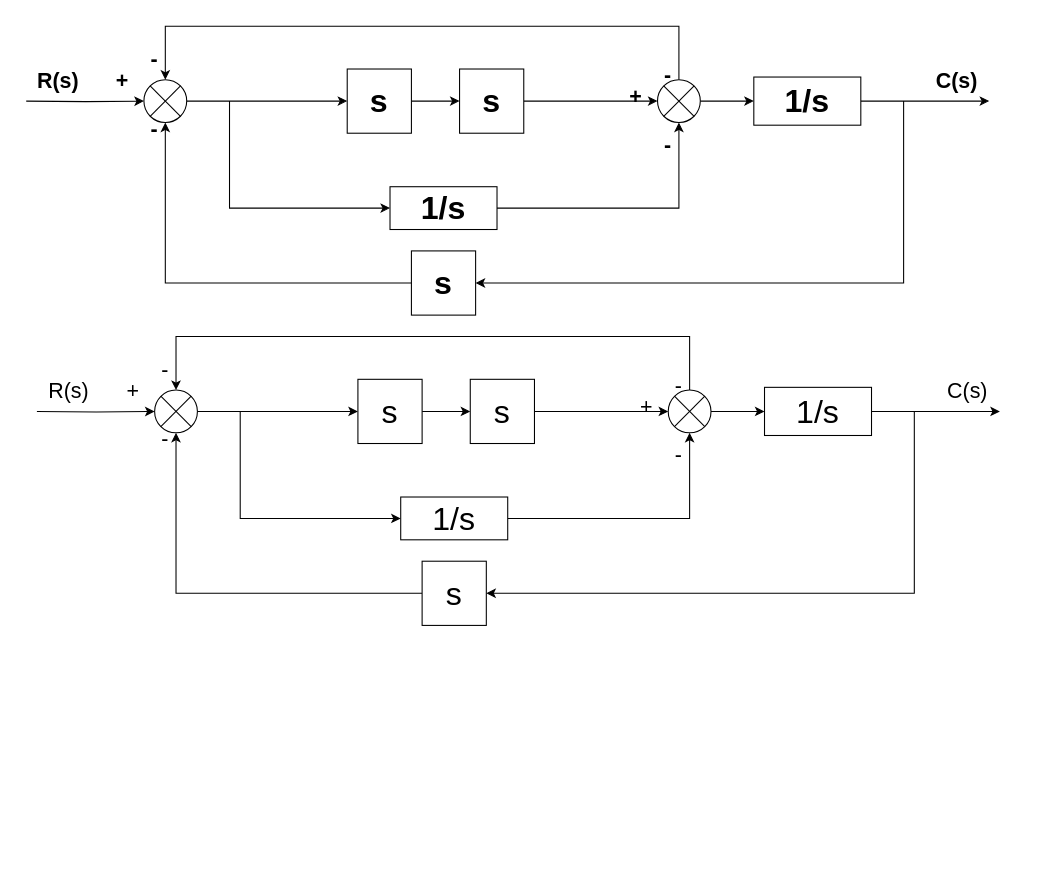
This is Seatwork2_VISTE.drawio from TebbyKape/CPE121, a draw.io file, before an edit. Source tidied: cells renumbered, new cells numbered last; positions are measured from the earlier drawing's top-left corner, leaving out a move shared by most shapes. Both pictures are drawn from the tidied source at 107%, with x=0, y=0 at pixel (26, 26).
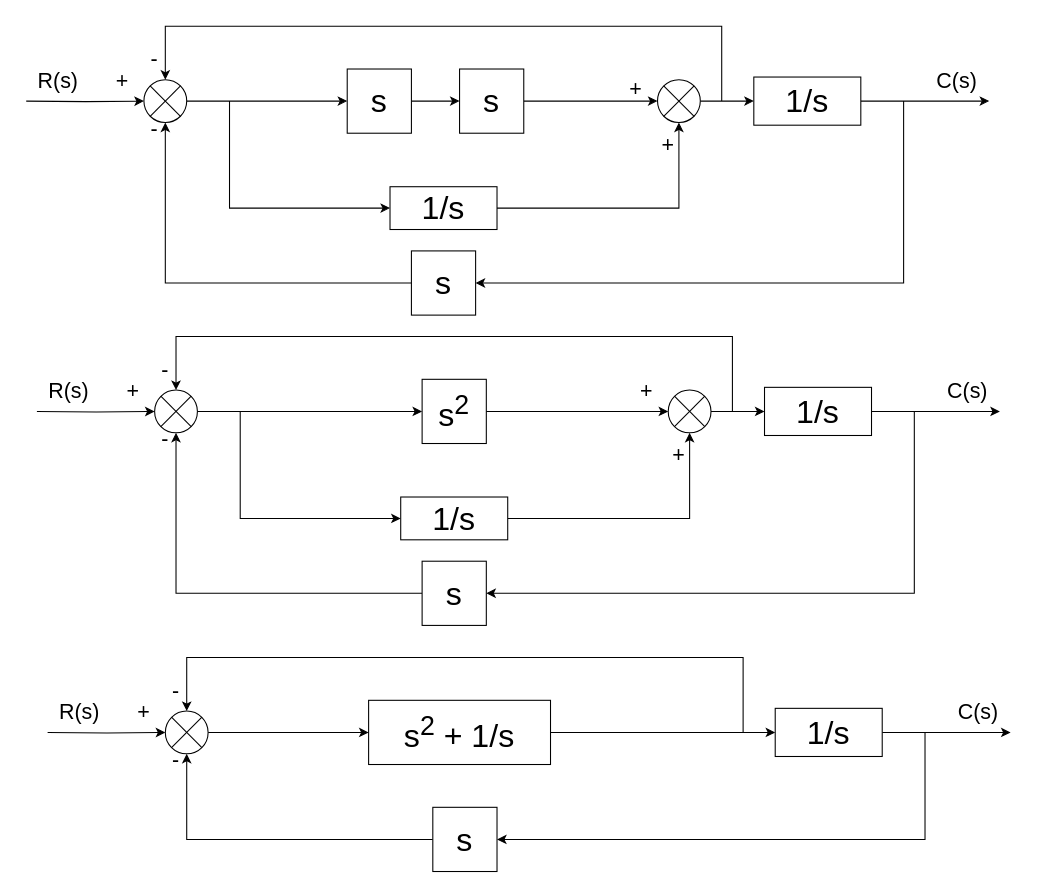
The same page after the edit.

The change refers to these unchanged cells:
```xml
<mxCell id="29" style="shape=sumEllipse;perimeter=ellipsePerimeter;whiteSpace=wrap;html=1;backgroundOutline=1;" parent="1" vertex="1">
  <mxGeometry x="120" y="340" width="40" height="40" as="geometry" />
</mxCell>
<mxCell id="35" style="shape=sumEllipse;perimeter=ellipsePerimeter;whiteSpace=wrap;html=1;backgroundOutline=1;" parent="1" vertex="1">
  <mxGeometry x="600" y="340" width="40" height="40" as="geometry" />
</mxCell>
```

Change to the diagram source:
```diff
@@
-    <mxCell id="2" style="edgeStyle=orthogonalEdgeStyle;rounded=0;jettySize=auto;html=1;entryX=0;entryY=0.5;entryDx=0;entryDy=0;fontStyle=1;" parent="1" edge="1" source="3" target="5">
+    <mxCell id="2" style="edgeStyle=orthogonalEdgeStyle;rounded=0;jettySize=auto;html=1;entryX=0;entryY=0.5;entryDx=0;entryDy=0;fontStyle=0;" parent="1" edge="1" source="3" target="5">
       <mxGeometry relative="1" as="geometry" />
     </mxCell>
-    <mxCell id="3" style="shape=sumEllipse;perimeter=ellipsePerimeter;whiteSpace=wrap;html=1;backgroundOutline=1;fontStyle=1;" parent="1" vertex="1">
+    <mxCell id="3" style="shape=sumEllipse;perimeter=ellipsePerimeter;whiteSpace=wrap;html=1;backgroundOutline=1;fontStyle=0;" parent="1" vertex="1">
       <mxGeometry x="110" y="50" width="40" height="40" as="geometry" />
     </mxCell>
-    <mxCell id="4" style="edgeStyle=orthogonalEdgeStyle;rounded=0;jettySize=auto;html=1;entryX=0;entryY=0.5;entryDx=0;entryDy=0;entryPerimeter=0;fontStyle=1;" parent="1" edge="1" source="5" target="18">
+    <mxCell id="4" style="edgeStyle=orthogonalEdgeStyle;rounded=0;jettySize=auto;html=1;entryX=0;entryY=0.5;entryDx=0;entryDy=0;entryPerimeter=0;fontStyle=0;" parent="1" edge="1" source="5" target="18">
       <mxGeometry relative="1" as="geometry" />
     </mxCell>
-    <mxCell id="5" value="&lt;font style=&quot;font-size: 30px&quot;&gt;s&lt;/font&gt;" style="whiteSpace=wrap;html=1;align=center;newEdgeStyle={&quot;edgeStyle&quot;:&quot;elbowEdgeStyle&quot;,&quot;startArrow&quot;:&quot;none&quot;,&quot;endArrow&quot;:&quot;none&quot;};fontStyle=1;" parent="1" vertex="1">
+    <mxCell id="5" value="&lt;font style=&quot;font-size: 30px&quot;&gt;s&lt;/font&gt;" style="whiteSpace=wrap;html=1;align=center;newEdgeStyle={&quot;edgeStyle&quot;:&quot;elbowEdgeStyle&quot;,&quot;startArrow&quot;:&quot;none&quot;,&quot;endArrow&quot;:&quot;none&quot;};fontStyle=0;" parent="1" vertex="1">
       <mxGeometry x="300" y="40" width="60" height="60" as="geometry" />
     </mxCell>
-    <mxCell id="6" style="edgeStyle=orthogonalEdgeStyle;rounded=0;jettySize=auto;html=1;exitX=1;exitY=0.5;exitDx=0;exitDy=0;fontStyle=1;" parent="1" edge="1" source="18" target="9">
+    <mxCell id="6" style="edgeStyle=orthogonalEdgeStyle;rounded=0;jettySize=auto;html=1;exitX=1;exitY=0.5;exitDx=0;exitDy=0;fontStyle=0;" parent="1" edge="1" source="18" target="9">
       <mxGeometry relative="1" as="geometry" />
     </mxCell>
-    <mxCell id="7" style="edgeStyle=orthogonalEdgeStyle;rounded=0;jettySize=auto;html=1;entryX=0.5;entryY=0;entryDx=0;entryDy=0;endArrow=classic;endFill=1;fontStyle=1;" parent="1" edge="1" source="9" target="3">
+    <mxCell id="7" style="edgeStyle=orthogonalEdgeStyle;rounded=0;jettySize=auto;html=1;entryX=0.5;entryY=0;entryDx=0;entryDy=0;endArrow=classic;endFill=1;fontStyle=0;" parent="1" edge="1" target="3">
       <mxGeometry relative="1" as="geometry">
+        <mxPoint x="650" y="70" as="sourcePoint" />
         <Array as="points">
-          <mxPoint x="610" />
+          <mxPoint x="650" />
           <mxPoint x="130" />
         </Array>
       </mxGeometry>
     </mxCell>
-    <mxCell id="8" style="edgeStyle=orthogonalEdgeStyle;rounded=0;jettySize=auto;html=1;endArrow=classic;endFill=1;fontStyle=1;" parent="1" edge="1" source="9" target="15">
+    <mxCell id="8" style="edgeStyle=orthogonalEdgeStyle;rounded=0;jettySize=auto;html=1;endArrow=classic;endFill=1;fontStyle=0;" parent="1" edge="1" source="9" target="15">
       <mxGeometry relative="1" as="geometry" />
     </mxCell>
-    <mxCell id="9" style="shape=sumEllipse;perimeter=ellipsePerimeter;whiteSpace=wrap;html=1;backgroundOutline=1;fontStyle=1;" parent="1" vertex="1">
+    <mxCell id="9" style="shape=sumEllipse;perimeter=ellipsePerimeter;whiteSpace=wrap;html=1;backgroundOutline=1;fontStyle=0;" parent="1" vertex="1">
       <mxGeometry x="590" y="50" width="40" height="40" as="geometry" />
     </mxCell>
-    <mxCell id="10" style="edgeStyle=orthogonalEdgeStyle;rounded=0;jettySize=auto;html=1;entryX=0.5;entryY=1;entryDx=0;entryDy=0;endArrow=classic;endFill=1;fontStyle=1;" parent="1" edge="1" source="11" target="9">
+    <mxCell id="10" style="edgeStyle=orthogonalEdgeStyle;rounded=0;jettySize=auto;html=1;entryX=0.5;entryY=1;entryDx=0;entryDy=0;endArrow=classic;endFill=1;fontStyle=0;" parent="1" edge="1" source="11" target="9">
       <mxGeometry relative="1" as="geometry" />
     </mxCell>
-    <mxCell id="11" value="&lt;font style=&quot;font-size: 30px&quot;&gt;1/s&lt;/font&gt;" style="whiteSpace=wrap;html=1;align=center;newEdgeStyle={&quot;edgeStyle&quot;:&quot;elbowEdgeStyle&quot;,&quot;startArrow&quot;:&quot;none&quot;,&quot;endArrow&quot;:&quot;none&quot;};fontStyle=1;" parent="1" vertex="1">
+    <mxCell id="11" value="&lt;font style=&quot;font-size: 30px&quot;&gt;1/s&lt;/font&gt;" style="whiteSpace=wrap;html=1;align=center;newEdgeStyle={&quot;edgeStyle&quot;:&quot;elbowEdgeStyle&quot;,&quot;startArrow&quot;:&quot;none&quot;,&quot;endArrow&quot;:&quot;none&quot;};fontStyle=0;" parent="1" vertex="1">
       <mxGeometry x="340" y="150" width="100" height="40" as="geometry" />
     </mxCell>
-    <mxCell id="12" style="edgeStyle=elbowEdgeStyle;elbow=vertical;startArrow=none;endArrow=classic;rounded=0;entryX=0;entryY=0.5;entryDx=0;entryDy=0;endFill=1;fontStyle=1;" parent="1" edge="1" target="11">
+    <mxCell id="12" style="edgeStyle=elbowEdgeStyle;elbow=vertical;startArrow=none;endArrow=classic;rounded=0;entryX=0;entryY=0.5;entryDx=0;entryDy=0;endFill=1;fontStyle=0;" parent="1" edge="1" target="11">
       <mxGeometry relative="1" as="geometry">
         <mxPoint x="190" y="70" as="sourcePoint" />
         <Array as="points">
           <mxPoint x="260" y="170" />
         </Array>
       </mxGeometry>
     </mxCell>
-    <mxCell id="13" style="edgeStyle=orthogonalEdgeStyle;rounded=0;jettySize=auto;html=1;entryX=1;entryY=0.5;entryDx=0;entryDy=0;endArrow=classic;endFill=1;fontStyle=1;" parent="1" edge="1" target="19">
+    <mxCell id="13" style="edgeStyle=orthogonalEdgeStyle;rounded=0;jettySize=auto;html=1;entryX=1;entryY=0.5;entryDx=0;entryDy=0;endArrow=classic;endFill=1;fontStyle=0;" parent="1" edge="1" target="19">
       <mxGeometry relative="1" as="geometry">
         <mxPoint x="820" y="70" as="sourcePoint" />
         <Array as="points">
           <mxPoint x="820" y="240" />
         </Array>
       </mxGeometry>
     </mxCell>
-    <mxCell id="14" style="edgeStyle=orthogonalEdgeStyle;rounded=0;jettySize=auto;html=1;endArrow=classic;endFill=1;fontStyle=1;" parent="1" edge="1" source="15">
+    <mxCell id="14" style="edgeStyle=orthogonalEdgeStyle;rounded=0;jettySize=auto;html=1;endArrow=classic;endFill=1;fontStyle=0;" parent="1" edge="1" source="15">
       <mxGeometry relative="1" as="geometry">
         <mxPoint x="900" y="70" as="targetPoint" />
       </mxGeometry>
     </mxCell>
-    <mxCell id="15" value="&lt;font style=&quot;font-size: 30px&quot;&gt;1/s&lt;/font&gt;" style="whiteSpace=wrap;html=1;align=center;newEdgeStyle={&quot;edgeStyle&quot;:&quot;elbowEdgeStyle&quot;,&quot;startArrow&quot;:&quot;none&quot;,&quot;endArrow&quot;:&quot;none&quot;};fontStyle=1;" parent="1" vertex="1">
+    <mxCell id="15" value="&lt;font style=&quot;font-size: 30px&quot;&gt;1/s&lt;/font&gt;" style="whiteSpace=wrap;html=1;align=center;newEdgeStyle={&quot;edgeStyle&quot;:&quot;elbowEdgeStyle&quot;,&quot;startArrow&quot;:&quot;none&quot;,&quot;endArrow&quot;:&quot;none&quot;};fontStyle=0;" parent="1" vertex="1">
       <mxGeometry x="680" y="47.5" width="100" height="45" as="geometry" />
     </mxCell>
-    <mxCell id="16" style="edgeStyle=orthogonalEdgeStyle;rounded=0;jettySize=auto;html=1;entryX=0.5;entryY=1;entryDx=0;entryDy=0;endArrow=classic;endFill=1;exitX=0;exitY=0.5;exitDx=0;exitDy=0;fontStyle=1;" parent="1" edge="1" source="19" target="3">
+    <mxCell id="16" style="edgeStyle=orthogonalEdgeStyle;rounded=0;jettySize=auto;html=1;entryX=0.5;entryY=1;entryDx=0;entryDy=0;endArrow=classic;endFill=1;exitX=0;exitY=0.5;exitDx=0;exitDy=0;fontStyle=0;" parent="1" edge="1" source="19" target="3">
       <mxGeometry relative="1" as="geometry" />
     </mxCell>
-    <mxCell id="17" style="edgeStyle=orthogonalEdgeStyle;rounded=0;jettySize=auto;html=1;entryX=0;entryY=0.5;entryDx=0;entryDy=0;fontStyle=1;" parent="1" edge="1" target="3">
+    <mxCell id="17" style="edgeStyle=orthogonalEdgeStyle;rounded=0;jettySize=auto;html=1;entryX=0;entryY=0.5;entryDx=0;entryDy=0;fontStyle=0;" parent="1" edge="1" target="3">
       <mxGeometry relative="1" as="geometry">
         <mxPoint y="70" as="sourcePoint" />
       </mxGeometry>
     </mxCell>
-    <mxCell id="18" value="&lt;font style=&quot;font-size: 30px&quot;&gt;s&lt;/font&gt;" style="whiteSpace=wrap;html=1;align=center;newEdgeStyle={&quot;edgeStyle&quot;:&quot;elbowEdgeStyle&quot;,&quot;startArrow&quot;:&quot;none&quot;,&quot;endArrow&quot;:&quot;none&quot;};fontStyle=1;" parent="1" vertex="1">
+    <mxCell id="18" value="&lt;font style=&quot;font-size: 30px&quot;&gt;s&lt;/font&gt;" style="whiteSpace=wrap;html=1;align=center;newEdgeStyle={&quot;edgeStyle&quot;:&quot;elbowEdgeStyle&quot;,&quot;startArrow&quot;:&quot;none&quot;,&quot;endArrow&quot;:&quot;none&quot;};fontStyle=0;" parent="1" vertex="1">
       <mxGeometry x="405" y="40" width="60" height="60" as="geometry" />
     </mxCell>
-    <mxCell id="19" value="&lt;font style=&quot;font-size: 30px&quot;&gt;s&lt;/font&gt;" style="whiteSpace=wrap;html=1;align=center;newEdgeStyle={&quot;edgeStyle&quot;:&quot;elbowEdgeStyle&quot;,&quot;startArrow&quot;:&quot;none&quot;,&quot;endArrow&quot;:&quot;none&quot;};fontStyle=1;" parent="1" vertex="1">
+    <mxCell id="19" value="&lt;font style=&quot;font-size: 30px&quot;&gt;s&lt;/font&gt;" style="whiteSpace=wrap;html=1;align=center;newEdgeStyle={&quot;edgeStyle&quot;:&quot;elbowEdgeStyle&quot;,&quot;startArrow&quot;:&quot;none&quot;,&quot;endArrow&quot;:&quot;none&quot;};fontStyle=0;" parent="1" vertex="1">
       <mxGeometry x="360" y="210" width="60" height="60" as="geometry" />
     </mxCell>
-    <mxCell id="20" value="&lt;font style=&quot;font-size: 20px&quot;&gt;R(s)&lt;/font&gt;" style="text;html=1;strokeColor=none;fillColor=none;align=center;verticalAlign=middle;whiteSpace=wrap;rounded=0;fontStyle=1;" parent="1" vertex="1">
+    <mxCell id="20" value="&lt;font style=&quot;font-size: 20px&quot;&gt;R(s)&lt;/font&gt;" style="text;html=1;strokeColor=none;fillColor=none;align=center;verticalAlign=middle;whiteSpace=wrap;rounded=0;fontStyle=0;" parent="1" vertex="1">
       <mxGeometry x="10" y="40" width="40" height="20" as="geometry" />
     </mxCell>
-    <mxCell id="21" value="&lt;font style=&quot;font-size: 20px&quot;&gt;C(s)&lt;/font&gt;" style="text;html=1;strokeColor=none;fillColor=none;align=center;verticalAlign=middle;whiteSpace=wrap;rounded=0;fontStyle=1;" parent="1" vertex="1">
+    <mxCell id="21" value="&lt;font style=&quot;font-size: 20px&quot;&gt;C(s)&lt;/font&gt;" style="text;html=1;strokeColor=none;fillColor=none;align=center;verticalAlign=middle;whiteSpace=wrap;rounded=0;fontStyle=0;" parent="1" vertex="1">
       <mxGeometry x="850" y="40" width="40" height="20" as="geometry" />
     </mxCell>
-    <mxCell id="22" value="&lt;font style=&quot;font-size: 20px&quot;&gt;-&lt;/font&gt;" style="text;html=1;strokeColor=none;fillColor=none;align=center;verticalAlign=middle;whiteSpace=wrap;rounded=0;fontStyle=1;" parent="1" vertex="1">
+    <mxCell id="22" value="&lt;font style=&quot;font-size: 20px&quot;&gt;-&lt;/font&gt;" style="text;html=1;strokeColor=none;fillColor=none;align=center;verticalAlign=middle;whiteSpace=wrap;rounded=0;fontStyle=0;" parent="1" vertex="1">
       <mxGeometry x="110" y="85" width="20" height="20" as="geometry" />
     </mxCell>
-    <mxCell id="23" value="&lt;font style=&quot;font-size: 20px&quot;&gt;+&lt;/font&gt;" style="text;html=1;strokeColor=none;fillColor=none;align=center;verticalAlign=middle;whiteSpace=wrap;rounded=0;fontStyle=1;" parent="1" vertex="1">
+    <mxCell id="23" value="&lt;font style=&quot;font-size: 20px&quot;&gt;+&lt;/font&gt;" style="text;html=1;strokeColor=none;fillColor=none;align=center;verticalAlign=middle;whiteSpace=wrap;rounded=0;fontStyle=0;" parent="1" vertex="1">
       <mxGeometry x="80" y="40" width="20" height="20" as="geometry" />
     </mxCell>
-    <mxCell id="24" value="&lt;font style=&quot;font-size: 20px&quot;&gt;-&lt;/font&gt;" style="text;html=1;strokeColor=none;fillColor=none;align=center;verticalAlign=middle;whiteSpace=wrap;rounded=0;fontStyle=1;" parent="1" vertex="1">
+    <mxCell id="24" value="&lt;font style=&quot;font-size: 20px&quot;&gt;-&lt;/font&gt;" style="text;html=1;strokeColor=none;fillColor=none;align=center;verticalAlign=middle;whiteSpace=wrap;rounded=0;fontStyle=0;" parent="1" vertex="1">
       <mxGeometry x="110" y="20" width="20" height="20" as="geometry" />
     </mxCell>
-    <mxCell id="25" value="&lt;font style=&quot;font-size: 20px&quot;&gt;-&lt;/font&gt;" style="text;html=1;strokeColor=none;fillColor=none;align=center;verticalAlign=middle;whiteSpace=wrap;rounded=0;fontStyle=1;" parent="1" vertex="1">
+    <mxCell id="25" value="&lt;font style=&quot;font-size: 20px&quot;&gt;+&lt;br&gt;&lt;/font&gt;" style="text;html=1;strokeColor=none;fillColor=none;align=center;verticalAlign=middle;whiteSpace=wrap;rounded=0;fontStyle=0;" parent="1" vertex="1">
       <mxGeometry x="590" y="100" width="20" height="20" as="geometry" />
     </mxCell>
-    <mxCell id="26" value="&lt;font style=&quot;font-size: 20px&quot;&gt;+&lt;/font&gt;" style="text;html=1;strokeColor=none;fillColor=none;align=center;verticalAlign=middle;whiteSpace=wrap;rounded=0;fontStyle=1;" parent="1" vertex="1">
-      <mxGeometry x="560" y="55" width="20" height="20" as="geometry" />
+    <mxCell id="26" value="&lt;font style=&quot;font-size: 20px&quot;&gt;+&lt;/font&gt;" style="text;html=1;strokeColor=none;fillColor=none;align=center;verticalAlign=middle;whiteSpace=wrap;rounded=0;fontStyle=0;" parent="1" vertex="1">
+      <mxGeometry x="560" y="47.5" width="20" height="20" as="geometry" />
     </mxCell>
-    <mxCell id="27" value="&lt;font style=&quot;font-size: 20px&quot;&gt;-&lt;/font&gt;" style="text;html=1;strokeColor=none;fillColor=none;align=center;verticalAlign=middle;whiteSpace=wrap;rounded=0;fontStyle=1;" parent="1" vertex="1">
-      <mxGeometry x="590" y="35" width="20" height="20" as="geometry" />
-    </mxCell>
@@
-    <mxCell id="30" style="edgeStyle=orthogonalEdgeStyle;rounded=0;jettySize=auto;html=1;entryX=0;entryY=0.5;entryDx=0;entryDy=0;entryPerimeter=0;" parent="1" edge="1" source="31" target="44">
-      <mxGeometry relative="1" as="geometry" />
-    </mxCell>
-    <mxCell id="31" value="&lt;font style=&quot;font-size: 30px&quot;&gt;s&lt;/font&gt;" style="whiteSpace=wrap;html=1;align=center;newEdgeStyle={&quot;edgeStyle&quot;:&quot;elbowEdgeStyle&quot;,&quot;startArrow&quot;:&quot;none&quot;,&quot;endArrow&quot;:&quot;none&quot;};" parent="1" vertex="1">
-      <mxGeometry x="310" y="330" width="60" height="60" as="geometry" />
+    <mxCell id="31" value="&lt;font style=&quot;font-size: 30px&quot;&gt;s&lt;sup&gt;2&lt;/sup&gt;&lt;/font&gt;" style="whiteSpace=wrap;html=1;align=center;newEdgeStyle={&quot;edgeStyle&quot;:&quot;elbowEdgeStyle&quot;,&quot;startArrow&quot;:&quot;none&quot;,&quot;endArrow&quot;:&quot;none&quot;};" parent="1" vertex="1">
+      <mxGeometry x="370" y="330" width="60" height="60" as="geometry" />
     </mxCell>
-    <mxCell id="32" style="edgeStyle=orthogonalEdgeStyle;rounded=0;jettySize=auto;html=1;exitX=1;exitY=0.5;exitDx=0;exitDy=0;" parent="1" edge="1" source="44" target="35">
+    <mxCell id="32" style="edgeStyle=orthogonalEdgeStyle;rounded=0;jettySize=auto;html=1;exitX=1;exitY=0.5;exitDx=0;exitDy=0;" parent="1" edge="1" source="31" target="35">
       <mxGeometry relative="1" as="geometry" />
     </mxCell>
-    <mxCell id="33" style="edgeStyle=orthogonalEdgeStyle;rounded=0;jettySize=auto;html=1;entryX=0.5;entryY=0;entryDx=0;entryDy=0;endArrow=classic;endFill=1;" parent="1" edge="1" source="35" target="29">
+    <mxCell id="33" style="edgeStyle=orthogonalEdgeStyle;rounded=0;jettySize=auto;html=1;entryX=0.5;entryY=0;entryDx=0;entryDy=0;endArrow=classic;endFill=1;" parent="1" edge="1" target="29">
       <mxGeometry relative="1" as="geometry">
+        <mxPoint x="660" y="360" as="sourcePoint" />
         <Array as="points">
-          <mxPoint x="620" y="290" />
+          <mxPoint x="660" y="290" />
           <mxPoint x="140" y="290" />
         </Array>
       </mxGeometry>
     </mxCell>
@@
-    <mxCell id="44" value="&lt;font style=&quot;font-size: 30px&quot;&gt;s&lt;/font&gt;" style="whiteSpace=wrap;html=1;align=center;newEdgeStyle={&quot;edgeStyle&quot;:&quot;elbowEdgeStyle&quot;,&quot;startArrow&quot;:&quot;none&quot;,&quot;endArrow&quot;:&quot;none&quot;};" parent="1" vertex="1">
-      <mxGeometry x="415" y="330" width="60" height="60" as="geometry" />
-    </mxCell>
@@
-    <mxCell id="51" value="&lt;font style=&quot;font-size: 20px&quot;&gt;-&lt;/font&gt;" style="text;html=1;strokeColor=none;fillColor=none;align=center;verticalAlign=middle;whiteSpace=wrap;rounded=0;" parent="1" vertex="1">
+    <mxCell id="51" value="&lt;font style=&quot;font-size: 20px&quot;&gt;+&lt;br&gt;&lt;/font&gt;" style="text;html=1;strokeColor=none;fillColor=none;align=center;verticalAlign=middle;whiteSpace=wrap;rounded=0;" parent="1" vertex="1">
       <mxGeometry x="600" y="390" width="20" height="20" as="geometry" />
     </mxCell>
     <mxCell id="52" value="&lt;font style=&quot;font-size: 20px&quot;&gt;+&lt;/font&gt;" style="text;html=1;strokeColor=none;fillColor=none;align=center;verticalAlign=middle;whiteSpace=wrap;rounded=0;" parent="1" vertex="1">
-      <mxGeometry x="570" y="345" width="20" height="20" as="geometry" />
+      <mxGeometry x="570" y="330" width="20" height="20" as="geometry" />
     </mxCell>
-    <mxCell id="53" value="&lt;font style=&quot;font-size: 20px&quot;&gt;-&lt;/font&gt;" style="text;html=1;strokeColor=none;fillColor=none;align=center;verticalAlign=middle;whiteSpace=wrap;rounded=0;" parent="1" vertex="1">
-      <mxGeometry x="600" y="325" width="20" height="20" as="geometry" />
-    </mxCell>
+    <mxCell id="54" style="edgeStyle=orthogonalEdgeStyle;rounded=0;jettySize=auto;html=1;entryX=0;entryY=0.5;entryDx=0;entryDy=0;" parent="1" edge="1" source="55" target="56">
+      <mxGeometry relative="1" as="geometry" />
+    </mxCell>
+    <mxCell id="55" style="shape=sumEllipse;perimeter=ellipsePerimeter;whiteSpace=wrap;html=1;backgroundOutline=1;" parent="1" vertex="1">
+      <mxGeometry x="130" y="640" width="40" height="40" as="geometry" />
+    </mxCell>
+    <mxCell id="56" value="&lt;font style=&quot;font-size: 30px&quot;&gt;s&lt;sup&gt;2&lt;/sup&gt;&amp;nbsp;+ 1/s&lt;/font&gt;" style="whiteSpace=wrap;html=1;align=center;newEdgeStyle={&quot;edgeStyle&quot;:&quot;elbowEdgeStyle&quot;,&quot;startArrow&quot;:&quot;none&quot;,&quot;endArrow&quot;:&quot;none&quot;};" parent="1" vertex="1">
+      <mxGeometry x="320" y="630" width="170" height="60" as="geometry" />
+    </mxCell>
+    <mxCell id="57" style="edgeStyle=orthogonalEdgeStyle;rounded=0;jettySize=auto;html=1;exitX=1;exitY=0.5;exitDx=0;exitDy=0;entryX=0;entryY=0.5;entryDx=0;entryDy=0;" parent="1" edge="1" source="56" target="61">
+      <mxGeometry relative="1" as="geometry" />
+    </mxCell>
+    <mxCell id="58" style="edgeStyle=orthogonalEdgeStyle;rounded=0;jettySize=auto;html=1;entryX=0.5;entryY=0;entryDx=0;entryDy=0;endArrow=classic;endFill=1;" parent="1" edge="1" target="55">
+      <mxGeometry relative="1" as="geometry">
+        <mxPoint x="670" y="660" as="sourcePoint" />
+        <Array as="points">
+          <mxPoint x="670" y="590" />
+          <mxPoint x="150" y="590" />
+        </Array>
+      </mxGeometry>
+    </mxCell>
+    <mxCell id="59" style="edgeStyle=orthogonalEdgeStyle;rounded=0;jettySize=auto;html=1;endArrow=classic;endFill=1;entryX=1;entryY=0.5;entryDx=0;entryDy=0;" parent="1" edge="1" target="44">
+      <mxGeometry relative="1" as="geometry">
+        <mxPoint x="840" y="660" as="sourcePoint" />
+        <Array as="points">
+          <mxPoint x="840" y="760" />
+        </Array>
+      </mxGeometry>
+    </mxCell>
+    <mxCell id="60" style="edgeStyle=orthogonalEdgeStyle;rounded=0;jettySize=auto;html=1;endArrow=classic;endFill=1;" parent="1" edge="1" source="61">
+      <mxGeometry relative="1" as="geometry">
+        <mxPoint x="920" y="660" as="targetPoint" />
+      </mxGeometry>
+    </mxCell>
+    <mxCell id="61" value="&lt;font style=&quot;font-size: 30px&quot;&gt;1/s&lt;/font&gt;" style="whiteSpace=wrap;html=1;align=center;newEdgeStyle={&quot;edgeStyle&quot;:&quot;elbowEdgeStyle&quot;,&quot;startArrow&quot;:&quot;none&quot;,&quot;endArrow&quot;:&quot;none&quot;};" parent="1" vertex="1">
+      <mxGeometry x="700" y="637.5" width="100" height="45" as="geometry" />
+    </mxCell>
+    <mxCell id="62" style="edgeStyle=orthogonalEdgeStyle;rounded=0;jettySize=auto;html=1;entryX=0.5;entryY=1;entryDx=0;entryDy=0;endArrow=classic;endFill=1;exitX=0;exitY=0.5;exitDx=0;exitDy=0;" parent="1" edge="1" source="44" target="55">
+      <mxGeometry relative="1" as="geometry" />
+    </mxCell>
+    <mxCell id="63" style="edgeStyle=orthogonalEdgeStyle;rounded=0;jettySize=auto;html=1;entryX=0;entryY=0.5;entryDx=0;entryDy=0;" parent="1" edge="1" target="55">
+      <mxGeometry relative="1" as="geometry">
+        <mxPoint x="20" y="660" as="sourcePoint" />
+      </mxGeometry>
+    </mxCell>
+    <mxCell id="64" value="&lt;font style=&quot;font-size: 20px&quot;&gt;R(s)&lt;/font&gt;" style="text;html=1;strokeColor=none;fillColor=none;align=center;verticalAlign=middle;whiteSpace=wrap;rounded=0;" parent="1" vertex="1">
+      <mxGeometry x="30" y="630" width="40" height="20" as="geometry" />
+    </mxCell>
+    <mxCell id="65" value="&lt;font style=&quot;font-size: 20px&quot;&gt;C(s)&lt;/font&gt;" style="text;html=1;strokeColor=none;fillColor=none;align=center;verticalAlign=middle;whiteSpace=wrap;rounded=0;" parent="1" vertex="1">
+      <mxGeometry x="870" y="630" width="40" height="20" as="geometry" />
+    </mxCell>
+    <mxCell id="66" value="&lt;font style=&quot;font-size: 20px&quot;&gt;-&lt;/font&gt;" style="text;html=1;strokeColor=none;fillColor=none;align=center;verticalAlign=middle;whiteSpace=wrap;rounded=0;" parent="1" vertex="1">
+      <mxGeometry x="130" y="675" width="20" height="20" as="geometry" />
+    </mxCell>
+    <mxCell id="67" value="&lt;font style=&quot;font-size: 20px&quot;&gt;+&lt;/font&gt;" style="text;html=1;strokeColor=none;fillColor=none;align=center;verticalAlign=middle;whiteSpace=wrap;rounded=0;" parent="1" vertex="1">
+      <mxGeometry x="100" y="630" width="20" height="20" as="geometry" />
+    </mxCell>
+    <mxCell id="68" value="&lt;font style=&quot;font-size: 20px&quot;&gt;-&lt;/font&gt;" style="text;html=1;strokeColor=none;fillColor=none;align=center;verticalAlign=middle;whiteSpace=wrap;rounded=0;" parent="1" vertex="1">
+      <mxGeometry x="130" y="610" width="20" height="20" as="geometry" />
+    </mxCell>
+    <mxCell id="44" value="&lt;font style=&quot;font-size: 30px&quot;&gt;s&lt;/font&gt;" style="whiteSpace=wrap;html=1;align=center;newEdgeStyle={&quot;edgeStyle&quot;:&quot;elbowEdgeStyle&quot;,&quot;startArrow&quot;:&quot;none&quot;,&quot;endArrow&quot;:&quot;none&quot;};" parent="1" vertex="1">
+      <mxGeometry x="380" y="730" width="60" height="60" as="geometry" />
+    </mxCell>
```
